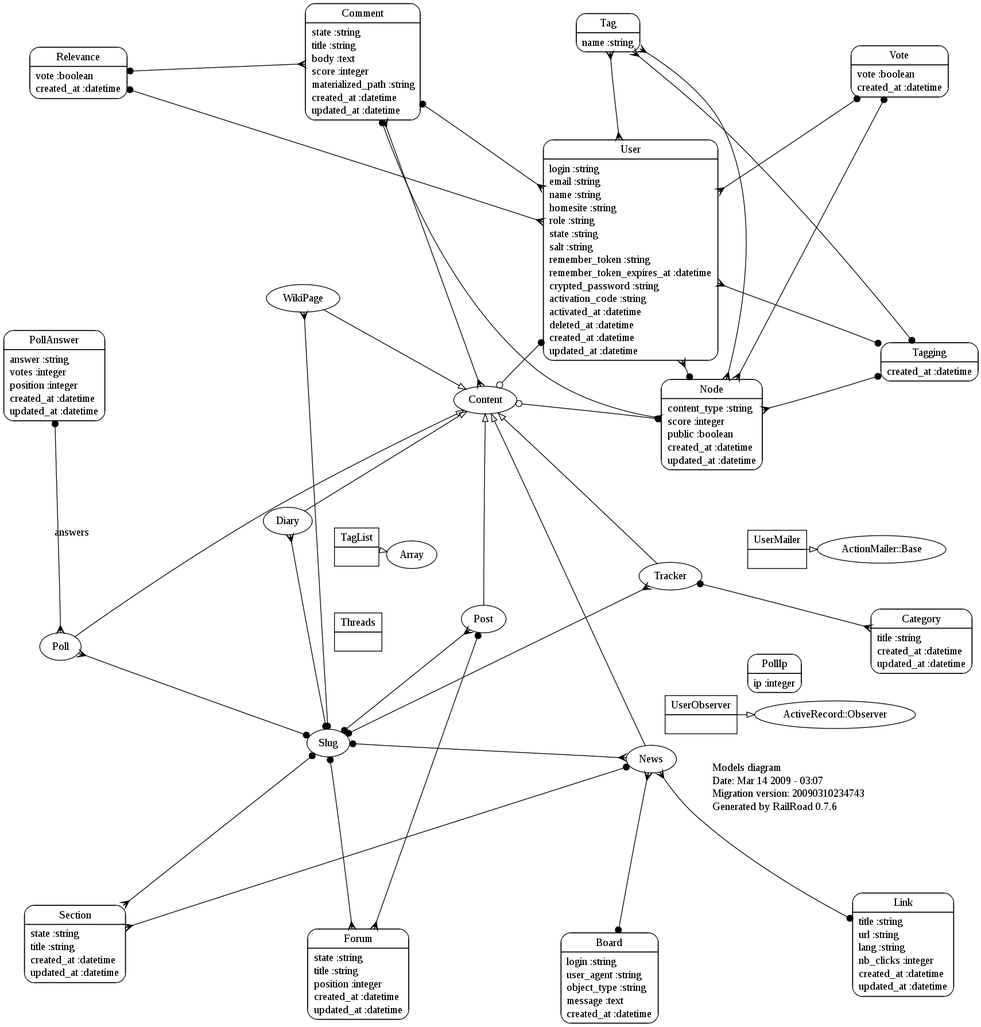
The Graphviz diagram doc/diagrams/models.png in linuxfrorg/linuxfr.org, before a commit. Its source is kept beside it as doc/diagrams/models.dot.
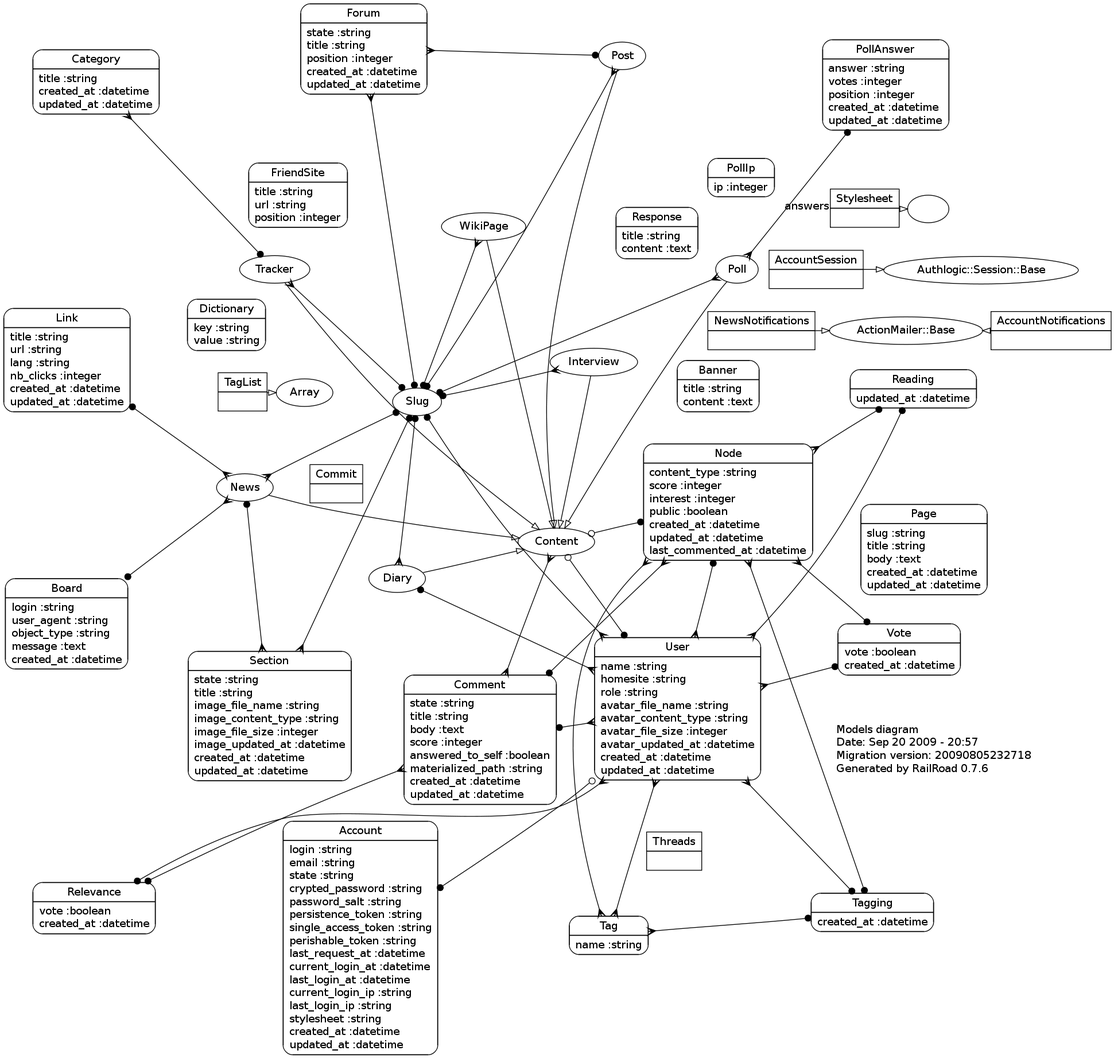
After the commit.

Change to the diagram source:
```diff
@@ -1,16 +1,20 @@
 digraph models_diagram {
 	graph[overlap=false, splines=true]
-	_diagram_info [shape="plaintext", label="Models diagram\lDate: Mar 14 2009 - 03:07\lMigration version: 20090310234743\lGenerated by RailRoad 0.7.6\l", fontsize=14]
+	_diagram_info [shape="plaintext", label="Models diagram\lDate: Sep 20 2009 - 20:57\lMigration version: 20090805232718\lGenerated by RailRoad 0.7.6\l", fontsize=14]
+	"Banner" [shape=Mrecord, label="{Banner|title :string\lcontent :text\l}"]
 	"Threads" [shape=record, label="{Threads|}"]
 	"Tag" [shape=Mrecord, label="{Tag|name :string\l}"]
-	"Node" [shape=Mrecord, label="{Node|content_type :string\lscore :integer\lpublic :boolean\lcreated_at :datetime\lupdated_at :datetime\l}"]
-	"UserObserver" [shape=record, label="{UserObserver|}"]
+	"Node" [shape=Mrecord, label="{Node|content_type :string\lscore :integer\linterest :integer\lpublic :boolean\lcreated_at :datetime\lupdated_at :datetime\llast_commented_at :datetime\l}"]
 	"Poll" []
 	"Forum" [shape=Mrecord, label="{Forum|state :string\ltitle :string\lposition :integer\lcreated_at :datetime\lupdated_at :datetime\l}"]
 	"Content" []
 	"Diary" []
 	"Relevance" [shape=Mrecord, label="{Relevance|vote :boolean\lcreated_at :datetime\l}"]
-	"Comment" [shape=Mrecord, label="{Comment|state :string\ltitle :string\lbody :text\lscore :integer\lmaterialized_path :string\lcreated_at :datetime\lupdated_at :datetime\l}"]
+	"Comment" [shape=Mrecord, label="{Comment|state :string\ltitle :string\lbody :text\lscore :integer\lanswered_to_self :boolean\lmaterialized_path :string\lcreated_at :datetime\lupdated_at :datetime\l}"]
+	"Commit" [shape=record, label="{Commit|}"]
+	"Dictionary" [shape=Mrecord, label="{Dictionary|key :string\lvalue :string\l}"]
+	"Account" [shape=Mrecord, label="{Account|login :string\lemail :string\lstate :string\lcrypted_password :string\lpassword_salt :string\lpersistence_token :string\lsingle_access_token :string\lperishable_token :string\llast_request_at :datetime\lcurrent_login_at :datetime\llast_login_at :datetime\lcurrent_login_ip :string\llast_login_ip :string\lstylesheet :string\lcreated_at :datetime\lupdated_at :datetime\l}"]
+	"Page" [shape=Mrecord, label="{Page|slug :string\ltitle :string\lbody :text\lcreated_at :datetime\lupdated_at :datetime\l}"]
 	"TagList" [shape=record, label="{TagList|}"]
 	"Board" [shape=Mrecord, label="{Board|login :string\luser_agent :string\lobject_type :string\lmessage :text\lcreated_at :datetime\l}"]
 	"PollIp" [shape=Mrecord, label="{PollIp|ip :integer\l}"]
@@ -18,27 +22,34 @@
 	"Link" [shape=Mrecord, label="{Link|title :string\lurl :string\llang :string\lnb_clicks :integer\lcreated_at :datetime\lupdated_at :datetime\l}"]
 	"PollAnswer" [shape=Mrecord, label="{PollAnswer|answer :string\lvotes :integer\lposition :integer\lcreated_at :datetime\lupdated_at :datetime\l}"]
 	"Post" []
-	"UserMailer" [shape=record, label="{UserMailer|}"]
-	"User" [shape=Mrecord, label="{User|login :string\lemail :string\lname :string\lhomesite :string\lrole :string\lstate :string\lsalt :string\lremember_token :string\lremember_token_expires_at :datetime\lcrypted_password :string\lactivation_code :string\lactivated_at :datetime\ldeleted_at :datetime\lcreated_at :datetime\lupdated_at :datetime\l}"]
+	"Response" [shape=Mrecord, label="{Response|title :string\lcontent :text\l}"]
+	"AccountSession" [shape=record, label="{AccountSession|}"]
+	"NewsNotifications" [shape=record, label="{NewsNotifications|}"]
+	"User" [shape=Mrecord, label="{User|name :string\lhomesite :string\lrole :string\lavatar_file_name :string\lavatar_content_type :string\lavatar_file_size :integer\lavatar_updated_at :datetime\lcreated_at :datetime\lupdated_at :datetime\l}"]
 	"Tagging" [shape=Mrecord, label="{Tagging|created_at :datetime\l}"]
+	"Interview" []
 	"Category" [shape=Mrecord, label="{Category|title :string\lcreated_at :datetime\lupdated_at :datetime\l}"]
 	"News" []
+	"AccountNotifications" [shape=record, label="{AccountNotifications|}"]
+	"Reading" [shape=Mrecord, label="{Reading|updated_at :datetime\l}"]
+	"FriendSite" [shape=Mrecord, label="{FriendSite|title :string\lurl :string\lposition :integer\l}"]
+	"Stylesheet" [shape=record, label="{Stylesheet|}"]
 	"WikiPage" []
-	"Section" [shape=Mrecord, label="{Section|state :string\ltitle :string\lcreated_at :datetime\lupdated_at :datetime\l}"]
+	"Section" [shape=Mrecord, label="{Section|state :string\ltitle :string\limage_file_name :string\limage_content_type :string\limage_file_size :integer\limage_updated_at :datetime\lcreated_at :datetime\lupdated_at :datetime\l}"]
 	"Vote" [shape=Mrecord, label="{Vote|vote :boolean\lcreated_at :datetime\l}"]
 	"Tag" -> "Node" [arrowtail=crow, arrowhead=crow, dir=both]
 	"Tag" -> "Tagging" [arrowtail=crow, arrowhead=dot, dir=both]
+	"Node" -> "Tagging" [arrowtail=crow, arrowhead=dot, dir=both]
+	"Node" -> "Reading" [arrowtail=crow, arrowhead=dot, dir=both]
 	"Node" -> "Vote" [arrowtail=crow, arrowhead=dot, dir=both]
-	"Node" -> "Tagging" [arrowtail=crow, arrowhead=dot, dir=both]
 	"Node" -> "Comment" [arrowtail=crow, arrowhead=dot, dir=both]
-	"ActiveRecord::Observer" -> "UserObserver" [label="", arrowhead="none", arrowtail="onormal"]
 	"Poll" -> "Slug" [arrowtail=crow, arrowhead=dot, dir=both]
 	"Poll" -> "PollAnswer" [label="answers", arrowtail=crow, arrowhead=dot, dir=both]
 	"Content" -> "Poll" [label="", arrowhead="none", arrowtail="onormal"]
 	"Forum" -> "Slug" [arrowtail=crow, arrowhead=dot, dir=both]
 	"Forum" -> "Post" [arrowtail=crow, arrowhead=dot, dir=both]
+	"Content" -> "User" [arrowtail=odot, arrowhead=dot, dir=both]
 	"Content" -> "Node" [arrowtail=odot, arrowhead=dot, dir=both]
-	"Content" -> "User" [arrowtail=odot, arrowhead=dot, dir=both]
 	"Content" -> "Comment" [arrowtail=crow, arrowhead=crow, dir=both]
 	"Diary" -> "Slug" [arrowtail=crow, arrowhead=dot, dir=both]
 	"Content" -> "Diary" [label="", arrowhead="none", arrowtail="onormal"]
@@ -48,20 +59,29 @@
 	"Content" -> "Tracker" [label="", arrowhead="none", arrowtail="onormal"]
 	"Post" -> "Slug" [arrowtail=crow, arrowhead=dot, dir=both]
 	"Content" -> "Post" [label="", arrowhead="none", arrowtail="onormal"]
-	"ActionMailer::Base" -> "UserMailer" [label="", arrowhead="none", arrowtail="onormal"]
+	"Authlogic::Session::Base" -> "AccountSession" [label="", arrowhead="none", arrowtail="onormal"]
+	"ActionMailer::Base" -> "NewsNotifications" [label="", arrowhead="none", arrowtail="onormal"]
 	"User" -> "Node" [arrowtail=crow, arrowhead=dot, dir=both]
+	"User" -> "Relevance" [arrowtail=crow, arrowhead=dot, dir=both]
+	"User" -> "Slug" [arrowtail=crow, arrowhead=dot, dir=both]
+	"User" -> "Tagging" [arrowtail=crow, arrowhead=dot, dir=both]
+	"User" -> "Reading" [arrowtail=crow, arrowhead=dot, dir=both]
+	"User" -> "Vote" [arrowtail=crow, arrowhead=dot, dir=both]
+	"User" -> "Account" [arrowtail=odot, arrowhead=dot, dir=both]
+	"User" -> "Comment" [arrowtail=crow, arrowhead=dot, dir=both]
+	"User" -> "Diary" [arrowtail=crow, arrowhead=dot, dir=both]
 	"User" -> "Tag" [arrowtail=crow, arrowhead=crow, dir=both]
-	"User" -> "Vote" [arrowtail=crow, arrowhead=dot, dir=both]
-	"User" -> "Tagging" [arrowtail=crow, arrowhead=dot, dir=both]
-	"User" -> "Relevance" [arrowtail=crow, arrowhead=dot, dir=both]
-	"User" -> "Comment" [arrowtail=crow, arrowhead=dot, dir=both]
+	"Interview" -> "Slug" [arrowtail=crow, arrowhead=dot, dir=both]
+	"Content" -> "Interview" [label="", arrowhead="none", arrowtail="onormal"]
 	"Category" -> "Tracker" [arrowtail=crow, arrowhead=dot, dir=both]
 	"News" -> "Slug" [arrowtail=crow, arrowhead=dot, dir=both]
+	"News" -> "Link" [arrowtail=crow, arrowhead=dot, dir=both]
 	"News" -> "Board" [arrowtail=crow, arrowhead=dot, dir=both]
-	"News" -> "Link" [arrowtail=crow, arrowhead=dot, dir=both]
 	"Content" -> "News" [label="", arrowhead="none", arrowtail="onormal"]
+	"ActionMailer::Base" -> "AccountNotifications" [label="", arrowhead="none", arrowtail="onormal"]
+	"" -> "Stylesheet" [label="", arrowhead="none", arrowtail="onormal"]
 	"WikiPage" -> "Slug" [arrowtail=crow, arrowhead=dot, dir=both]
 	"Content" -> "WikiPage" [label="", arrowhead="none", arrowtail="onormal"]
+	"Section" -> "News" [arrowtail=crow, arrowhead=dot, dir=both]
 	"Section" -> "Slug" [arrowtail=crow, arrowhead=dot, dir=both]
-	"Section" -> "News" [arrowtail=crow, arrowhead=dot, dir=both]
 }
```
